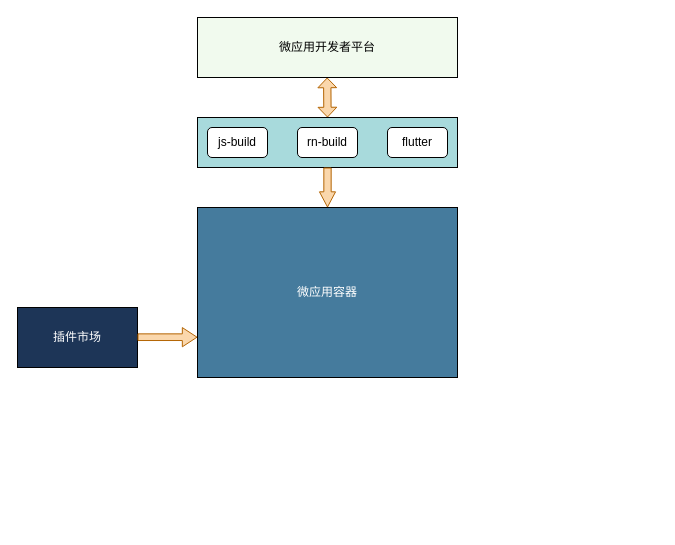
Above: mic_all_des.drawio in Dcell/drawio (draw.io), before the change. Source tidied: cells renumbered, new cells numbered last; positions are measured from the earlier drawing's top-left corner, leaving out a move shared by most shapes. Both pictures are drawn from the tidied source at 100%, with x=0, y=0 at pixel (17, 17).
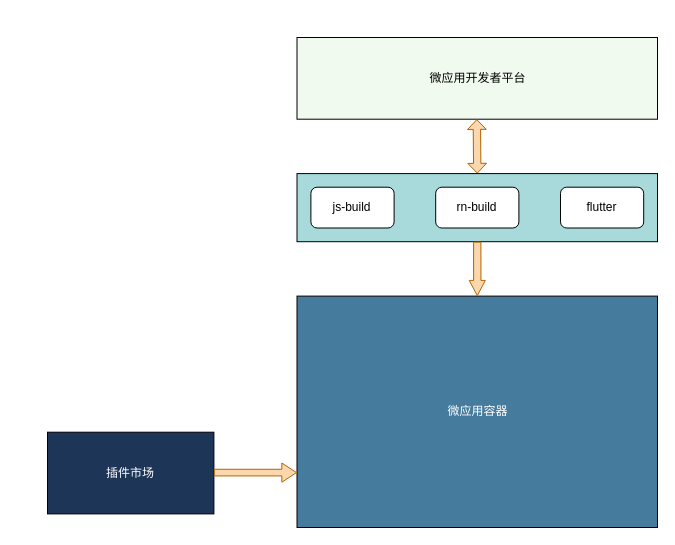
The same page after the edit.

What changed in the source:
```diff
@@
 <mxGraphModel>
   <root>
     <mxCell id="0" />
     <mxCell id="1" parent="0" />
+    <mxCell id="12" style="group;" parent="1" vertex="1">
+      <mxGeometry x="30" y="20" width="610" height="490" as="geometry" />
+    </mxCell>
-    <mxCell id="2" value="微应用开发者平台" style="rounded=0;whiteSpace=wrap;html=1;fillColor=#F1FAEE;" parent="1" vertex="1">
-      <mxGeometry x="180" width="260" height="60" as="geometry" />
+    <mxCell id="2" value="微应用开发者平台" style="rounded=0;whiteSpace=wrap;html=1;fillColor=#F1FAEE;" parent="12" vertex="1">
+      <mxGeometry x="249.5" width="360.5" height="81.7" as="geometry" />
     </mxCell>
-    <mxCell id="3" value="微应用容器" style="rounded=0;whiteSpace=wrap;html=1;fillColor=#457B9D;fontColor=#FFFFFF;" parent="1" vertex="1">
-      <mxGeometry x="180" y="190" width="260" height="170" as="geometry" />
+    <mxCell id="3" value="微应用容器" style="rounded=0;whiteSpace=wrap;html=1;fillColor=#457B9D;fontColor=#FFFFFF;" parent="12" vertex="1">
+      <mxGeometry x="249.5" y="258.6" width="360.5" height="231.4" as="geometry" />
     </mxCell>
-    <mxCell id="4" value="插件市场" style="rounded=0;whiteSpace=wrap;html=1;fillColor=#1D3557;fontColor=#FFFFFF;" parent="1" vertex="1">
-      <mxGeometry y="290" width="120" height="60" as="geometry" />
+    <mxCell id="4" value="插件市场" style="rounded=0;whiteSpace=wrap;html=1;fillColor=#1D3557;fontColor=#FFFFFF;" parent="12" vertex="1">
+      <mxGeometry y="394.7" width="166.4" height="81.7" as="geometry" />
     </mxCell>
-    <mxCell id="5" style="rounded=0;whiteSpace=wrap;html=1;fillColor=#A8DADC;" parent="1" vertex="1">
-      <mxGeometry x="180" y="100" width="260" height="50" as="geometry" />
+    <mxCell id="5" style="rounded=0;whiteSpace=wrap;html=1;fillColor=#A8DADC;" parent="12" vertex="1">
+      <mxGeometry x="249.5" y="136.1" width="360.5" height="68.1" as="geometry" />
     </mxCell>
-    <mxCell id="6" value="js-build" style="rounded=1;whiteSpace=wrap;html=1;" parent="1" vertex="1">
-      <mxGeometry x="190" y="110" width="60" height="30" as="geometry" />
+    <mxCell id="6" value="js-build" style="rounded=1;whiteSpace=wrap;html=1;" parent="12" vertex="1">
+      <mxGeometry x="263.4" y="149.7" width="83.2" height="40.8" as="geometry" />
     </mxCell>
-    <mxCell id="7" value="rn-build" style="rounded=1;whiteSpace=wrap;html=1;" parent="1" vertex="1">
-      <mxGeometry x="280" y="110" width="60" height="30" as="geometry" />
+    <mxCell id="7" value="rn-build" style="rounded=1;whiteSpace=wrap;html=1;" parent="12" vertex="1">
+      <mxGeometry x="388.2" y="149.7" width="83.2" height="40.8" as="geometry" />
     </mxCell>
-    <mxCell id="8" value="flutter" style="rounded=1;whiteSpace=wrap;html=1;" parent="1" vertex="1">
-      <mxGeometry x="370" y="110" width="60" height="30" as="geometry" />
+    <mxCell id="8" value="flutter" style="rounded=1;whiteSpace=wrap;html=1;" parent="12" vertex="1">
+      <mxGeometry x="513" y="149.7" width="83.2" height="40.8" as="geometry" />
     </mxCell>
-    <mxCell id="9" style="shape=flexArrow;endArrow=classic;html=1;width=7.333333333333333;endSize=4.726666666666667;endWidth=7.777777777777779;exitX=0.5;exitY=1;exitDx=0;exitDy=0;fillColor=#fad7ac;strokeColor=#b46504;" parent="1" edge="1" source="5">
+    <mxCell id="9" style="shape=flexArrow;endArrow=classic;html=1;width=7.333333333333333;endSize=4.726666666666667;endWidth=7.777777777777779;exitX=0.5;exitY=1;exitDx=0;exitDy=0;fillColor=#fad7ac;strokeColor=#b46504;" parent="12" edge="1" source="5">
       <mxGeometry relative="1" as="geometry">
-        <mxPoint x="310" y="190" as="targetPoint" />
+        <mxPoint x="429.8" y="258.6" as="targetPoint" />
       </mxGeometry>
     </mxCell>
-    <mxCell id="10" style="shape=flexArrow;endArrow=classic;startArrow=classic;html=1;width=7.333333333333333;startSize=2.9066666666666667;startWidth=10.444444444444445;endWidth=10.444444444444445;endSize=2.9066666666666667;fillColor=#fad7ac;strokeColor=#b46504;" parent="1" edge="1">
+    <mxCell id="10" style="shape=flexArrow;endArrow=classic;startArrow=classic;html=1;width=7.333333333333333;startSize=2.9066666666666667;startWidth=10.444444444444445;endWidth=10.444444444444445;endSize=2.9066666666666667;fillColor=#fad7ac;strokeColor=#b46504;" parent="12" edge="1">
       <mxGeometry relative="1" as="geometry">
-        <mxPoint x="310" y="100" as="sourcePoint" />
-        <mxPoint x="309.7" y="60" as="targetPoint" />
+        <mxPoint x="429.8" y="136.1" as="sourcePoint" />
+        <mxPoint x="429.3" y="81.7" as="targetPoint" />
       </mxGeometry>
     </mxCell>
-    <mxCell id="11" style="shape=flexArrow;endArrow=classic;html=1;width=6.666666666666667;endSize=4.553333333333334;endWidth=11.555555555555555;fillColor=#fad7ac;strokeColor=#b46504;" parent="1" edge="1">
+    <mxCell id="11" style="shape=flexArrow;endArrow=classic;html=1;width=6.666666666666667;endSize=4.553333333333334;endWidth=11.555555555555555;fillColor=#fad7ac;strokeColor=#b46504;" parent="12" edge="1">
       <mxGeometry relative="1" as="geometry">
-        <mxPoint x="120" y="319.7" as="sourcePoint" />
-        <mxPoint x="180" y="319.7" as="targetPoint" />
+        <mxPoint x="166.4" y="435.1" as="sourcePoint" />
+        <mxPoint x="249.5" y="435.1" as="targetPoint" />
       </mxGeometry>
     </mxCell>
   </root>
 </mxGraphModel>
```
